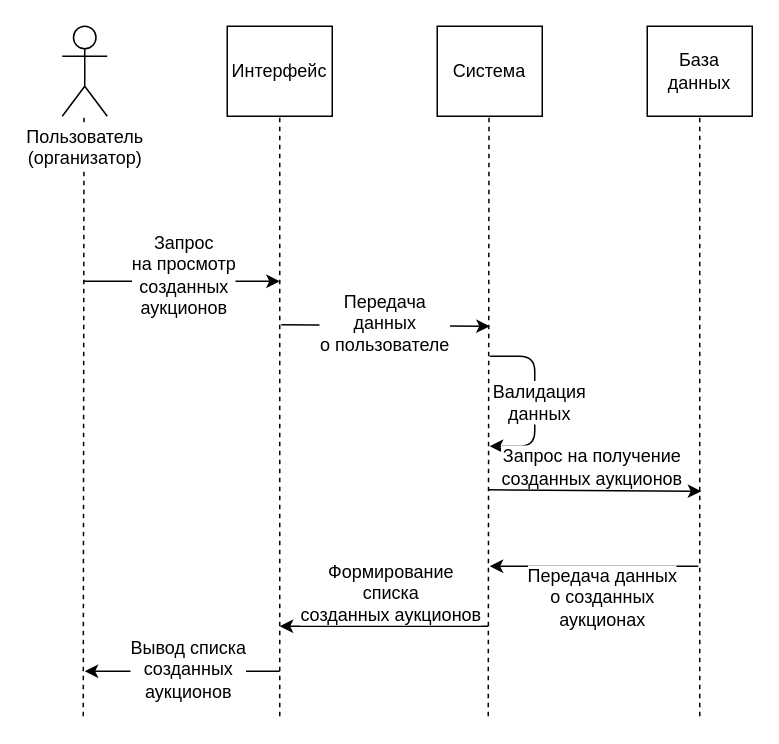
This is Diagrams/Cases Diagrams/Created Auctions View.drawio from Fake-Make/Au, a draw.io file, before an edit. Source tidied: cells renumbered, new cells numbered last; positions are measured from the earlier drawing's top-left corner, leaving out a move shared by most shapes. Both pictures are drawn from the tidied source at 150%, with x=0, y=0 at pixel (62, 26).
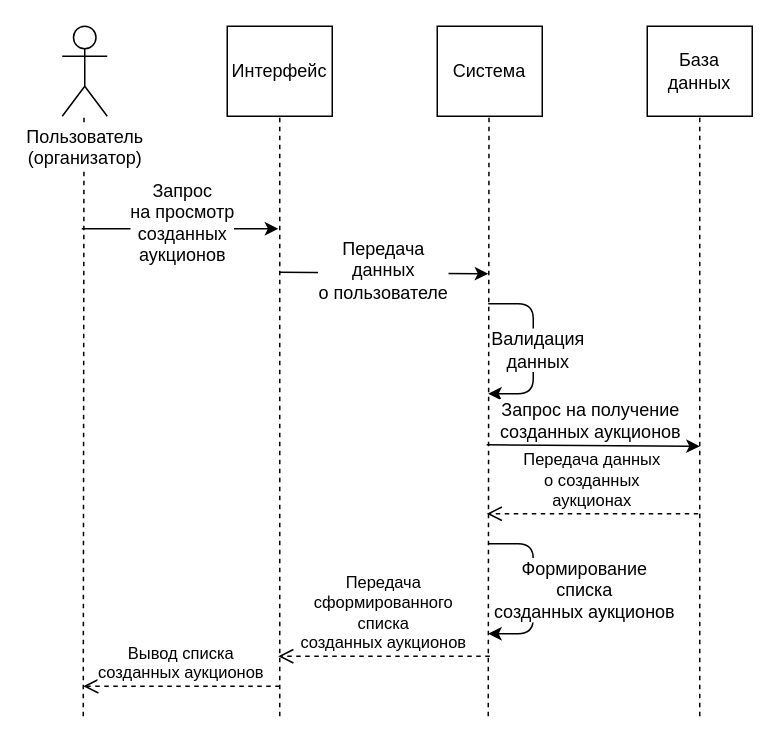
Above is the later version.

What changed in the source:
```diff
@@
     <mxCell id="10" style="endArrow=classic;html=1;" parent="1" edge="1">
       <mxGeometry relative="1" as="geometry">
-        <mxPoint x="14" y="170" as="sourcePoint" />
-        <mxPoint x="145" y="170" as="targetPoint" />
+        <mxPoint x="13" y="135" as="sourcePoint" />
+        <mxPoint x="144" y="135" as="targetPoint" />
       </mxGeometry>
     </mxCell>
@@
     <mxCell id="12" style="endArrow=classic;html=1;" parent="1" edge="1">
       <mxGeometry relative="1" as="geometry">
-        <mxPoint x="146" y="199" as="sourcePoint" />
-        <mxPoint x="285" y="200" as="targetPoint" />
+        <mxPoint x="145" y="164" as="sourcePoint" />
+        <mxPoint x="284" y="165" as="targetPoint" />
       </mxGeometry>
     </mxCell>
@@
     <mxCell id="14" style="endArrow=classic;html=1;" parent="1" edge="1">
       <mxGeometry relative="1" as="geometry">
-        <mxPoint x="285" y="220" as="sourcePoint" />
-        <mxPoint x="285" y="280" as="targetPoint" />
+        <mxPoint x="284" y="185" as="sourcePoint" />
+        <mxPoint x="284" y="245" as="targetPoint" />
         <Array as="points">
-          <mxPoint x="315" y="220" />
-          <mxPoint x="315" y="280" />
+          <mxPoint x="314" y="185" />
+          <mxPoint x="314" y="245" />
         </Array>
       </mxGeometry>
     </mxCell>
@@
     <mxCell id="16" style="endArrow=classic;html=1;" parent="1" edge="1">
       <mxGeometry relative="1" as="geometry">
-        <mxPoint x="284" y="309" as="sourcePoint" />
-        <mxPoint x="426" y="310" as="targetPoint" />
+        <mxPoint x="283" y="279" as="sourcePoint" />
+        <mxPoint x="425" y="280" as="targetPoint" />
       </mxGeometry>
     </mxCell>
     <mxCell id="17" value="Запрос на&amp;nbsp;получение&lt;br&gt;созданных аукционов&lt;br&gt;" style="text;html=1;align=center;verticalAlign=middle;labelBackgroundColor=#ffffff;" parent="16" vertex="1">
       <mxGeometry x="0.28" relative="1" as="geometry">
-        <mxPoint x="-22" y="-16" as="offset" />
+        <mxPoint x="-22" y="-17" as="offset" />
       </mxGeometry>
     </mxCell>
-    <mxCell id="18" style="endArrow=classic;html=1;" parent="1" edge="1">
-      <mxGeometry relative="1" as="geometry">
-        <mxPoint x="424" y="360" as="sourcePoint" />
-        <mxPoint x="285" y="360" as="targetPoint" />
-      </mxGeometry>
-    </mxCell>
+    <mxCell id="24" style="endArrow=classic;html=1;" parent="1" edge="1">
+      <mxGeometry relative="1" as="geometry">
+        <mxPoint x="284" y="345" as="sourcePoint" />
+        <mxPoint x="284" y="405" as="targetPoint" />
+        <Array as="points">
+          <mxPoint x="314" y="345" />
+          <mxPoint x="314" y="405" />
+        </Array>
+      </mxGeometry>
+    </mxCell>
+    <mxCell id="21" value="Формирование&lt;br&gt;списка&lt;br&gt;созданных аукционов&lt;br&gt;" style="text;html=1;align=center;verticalAlign=middle;labelBackgroundColor=#ffffff;" parent="24" vertex="1">
+      <mxGeometry x="0.08" relative="1" as="geometry">
+        <mxPoint x="33" y="-4.5" as="offset" />
+      </mxGeometry>
+    </mxCell>
-    <mxCell id="19" value="Передача данных&lt;br&gt;о созданных&lt;br&gt;аукционах&lt;br&gt;" style="text;html=1;align=center;verticalAlign=middle;labelBackgroundColor=#ffffff;" parent="18" vertex="1">
-      <mxGeometry x="-0.36" y="1" relative="1" as="geometry">
-        <mxPoint x="-21" y="19" as="offset" />
+    <mxCell id="19" value="&lt;span&gt;Передача данных&lt;/span&gt;&lt;br&gt;&lt;span&gt;о созданных&lt;/span&gt;&lt;br&gt;&lt;span&gt;аукционах&lt;/span&gt;" style="html=1;verticalAlign=bottom;endArrow=open;dashed=1;endSize=8;" parent="1" edge="1">
+      <mxGeometry relative="1" as="geometry">
+        <mxPoint x="424" y="325" as="sourcePoint" />
+        <mxPoint x="283" y="325" as="targetPoint" />
       </mxGeometry>
     </mxCell>
-    <mxCell id="20" style="endArrow=classic;html=1;" parent="1" edge="1">
-      <mxGeometry relative="1" as="geometry">
-        <mxPoint x="284" y="400" as="sourcePoint" />
-        <mxPoint x="145" y="400" as="targetPoint" />
-      </mxGeometry>
-    </mxCell>
-    <mxCell id="21" value="Формирование&lt;br&gt;списка&lt;br&gt;созданных аукционов&lt;br&gt;" style="text;html=1;align=center;verticalAlign=middle;labelBackgroundColor=#ffffff;fillColor=none;" parent="20" vertex="1">
-      <mxGeometry x="0.18" y="-2" relative="1" as="geometry">
-        <mxPoint x="16" y="-21" as="offset" />
-      </mxGeometry>
-    </mxCell>
-    <mxCell id="22" style="endArrow=classic;html=1;" parent="1" edge="1">
-      <mxGeometry relative="1" as="geometry">
-        <mxPoint x="145" y="430" as="sourcePoint" />
-        <mxPoint x="15" y="430" as="targetPoint" />
-      </mxGeometry>
-    </mxCell>
+    <mxCell id="25" value="Передача&lt;br&gt;сформированного&lt;br&gt;списка&lt;br&gt;созданных аукционов&lt;br&gt;" style="html=1;verticalAlign=bottom;endArrow=open;dashed=1;endSize=8;" parent="1" edge="1">
+      <mxGeometry relative="1" as="geometry">
+        <mxPoint x="285" y="420" as="sourcePoint" />
+        <mxPoint x="144" y="420" as="targetPoint" />
+      </mxGeometry>
+    </mxCell>
-    <mxCell id="23" value="Вывод списка&lt;br&gt;созданных&lt;br&gt;аукционов&lt;br&gt;" style="text;html=1;align=center;verticalAlign=middle;labelBackgroundColor=#ffffff;" parent="22" vertex="1">
-      <mxGeometry x="-0.12" relative="1" as="geometry">
-        <mxPoint x="-5" y="-2" as="offset" />
+    <mxCell id="23" value="&lt;span&gt;Вывод списка&lt;/span&gt;&lt;br&gt;&lt;span&gt;созданных&amp;nbsp;&lt;/span&gt;&lt;span&gt;аукционов&lt;/span&gt;" style="html=1;verticalAlign=bottom;endArrow=open;dashed=1;endSize=8;" parent="1" edge="1">
+      <mxGeometry relative="1" as="geometry">
+        <mxPoint x="145" y="440" as="sourcePoint" />
+        <mxPoint x="14" y="440" as="targetPoint" />
       </mxGeometry>
     </mxCell>
```
